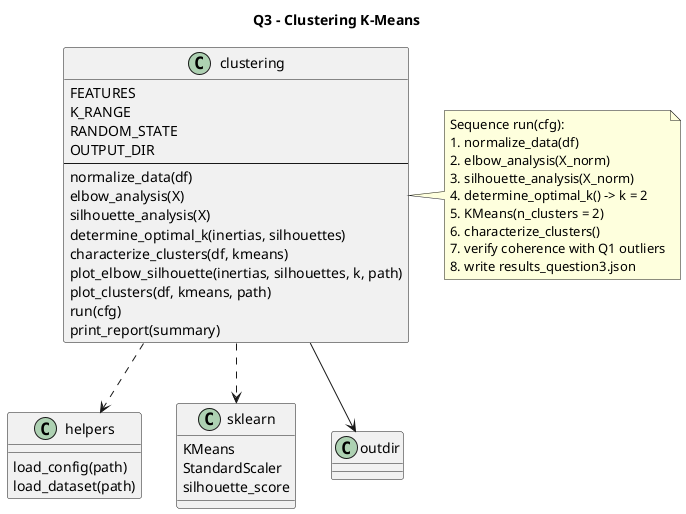
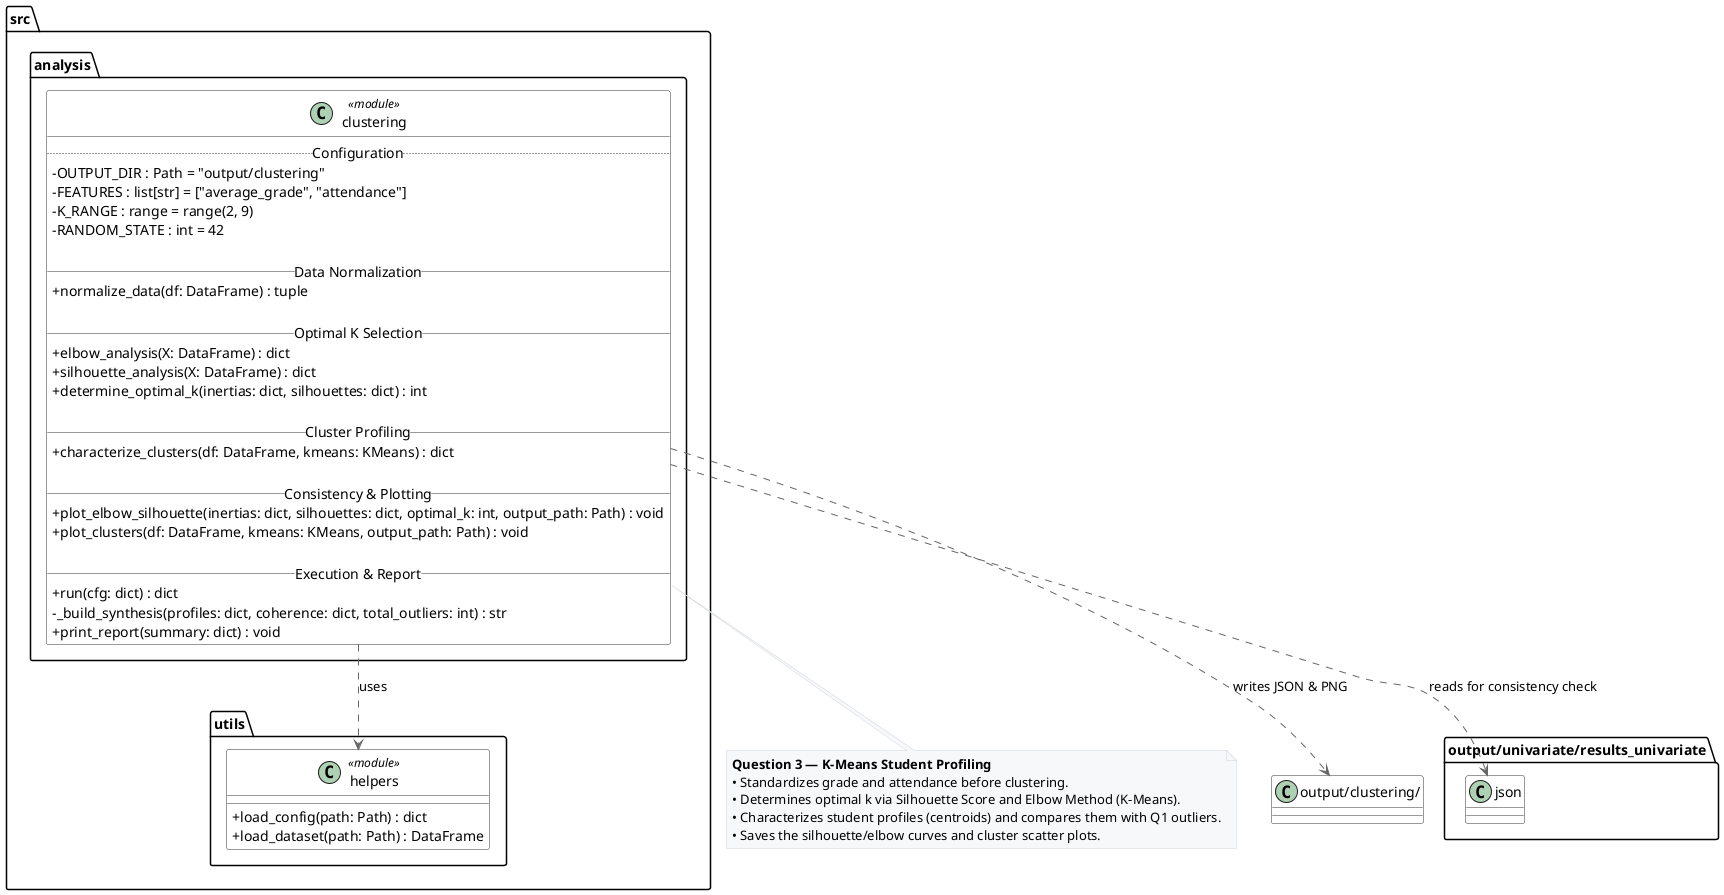
- @startuml
+ @startuml clustering_class
+ 
+ ' Design adjustments for high readability
+ skinparam classAttributeIconSize 0
skinparam shadowing false
- 
- title Q3 - Clustering K-Means
- 
- class clustering {
- FEATURES
- K_RANGE
- RANDOM_STATE
- OUTPUT_DIR
- --
- normalize_data(df)
- elbow_analysis(X)
- silhouette_analysis(X)
- determine_optimal_k(inertias, silhouettes)
- characterize_clusters(df, kmeans)
- plot_elbow_silhouette(inertias, silhouettes, k, path)
- plot_clusters(df, kmeans, path)
- run(cfg)
- print_report(summary)
+ skinparam class {
+     BackgroundColor White
+     BorderColor #333333
+     ArrowColor #666666
+ }
+ skinparam note {
+     BackgroundColor #F6F8FA
+     BorderColor #D1D5DB
}

- class helpers {
- load_config(path)
- load_dataset(path)
+ package src.utils {
+     class helpers <<module>> {
+         + load_config(path: Path) : dict
+         + load_dataset(path: Path) : DataFrame
+     }
}

- class sklearn {
- KMeans
- StandardScaler
- silhouette_score
+ package src.analysis {
+     class clustering <<module>> {
+         .. Configuration ..
+         - OUTPUT_DIR : Path = "output/clustering"
+         - FEATURES : list[str] = ["average_grade", "attendance"]
+         - K_RANGE : range = range(2, 9)
+         - RANDOM_STATE : int = 42
+ 
+         __ Data Normalization __
+         + normalize_data(df: DataFrame) : tuple
+ 
+         __ Optimal K Selection __
+         + elbow_analysis(X: DataFrame) : dict
+         + silhouette_analysis(X: DataFrame) : dict
+         + determine_optimal_k(inertias: dict, silhouettes: dict) : int
+ 
+         __ Cluster Profiling __
+         + characterize_clusters(df: DataFrame, kmeans: KMeans) : dict
+ 
+         __ Consistency & Plotting __
+         + plot_elbow_silhouette(inertias: dict, silhouettes: dict, optimal_k: int, output_path: Path) : void
+         + plot_clusters(df: DataFrame, kmeans: KMeans, output_path: Path) : void
+ 
+         __ Execution & Report __
+         + run(cfg: dict) : dict
+         - _build_synthesis(profiles: dict, coherence: dict, total_outliers: int) : str
+         + print_report(summary: dict) : void
+     }
}

- class outdir
- 
- clustering ..> helpers
- clustering ..> sklearn
- clustering --> outdir
- 
- note right of clustering
-   Sequence run(cfg):
-   1. normalize_data(df)
-   2. elbow_analysis(X_norm)
-   3. silhouette_analysis(X_norm)
-   4. determine_optimal_k() -> k = 2
-   5. KMeans(n_clusters = 2)
-   6. characterize_clusters()
-   7. verify coherence with Q1 outliers
-   8. write results_question3.json
+ note bottom of clustering
+   <b>Question 3 — K-Means Student Profiling</b>
+   • Standardizes grade and attendance before clustering.
+   • Determines optimal k via Silhouette Score and Elbow Method (K-Means).
+   • Characterizes student profiles (centroids) and compares them with Q1 outliers.
+   • Saves the silhouette/elbow curves and cluster scatter plots.
end note

+ clustering ..> helpers : uses
+ clustering ..> "output/univariate/results_univariate.json" : reads for consistency check
+ clustering ..> "output/clustering/" : writes JSON & PNG
+ 
@enduml
